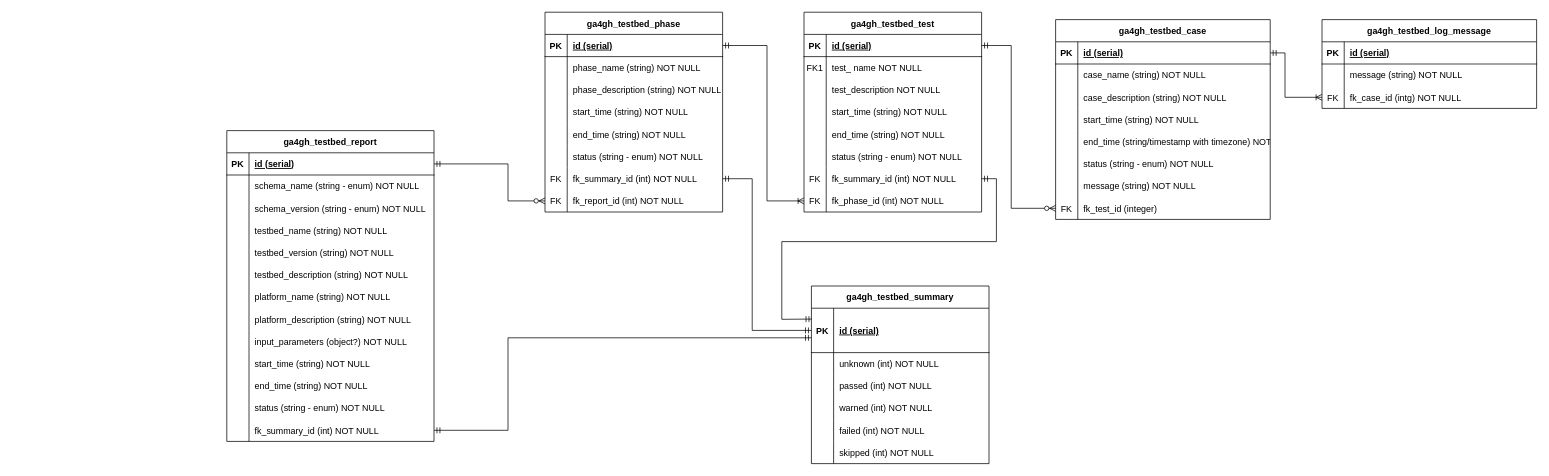
ga4gh/ga4gh-testbed-api keeps this draw.io diagram as database/ERD/ga4gh-testbed-erd.drawio. Above is the earlier version. Source tidied: cells renumbered, new cells numbered last; positions are measured from the earlier drawing's top-left corner, leaving out a move shared by most shapes. Both pictures are drawn from the tidied source at 74%, with x=0, y=0 at pixel (226, 12).
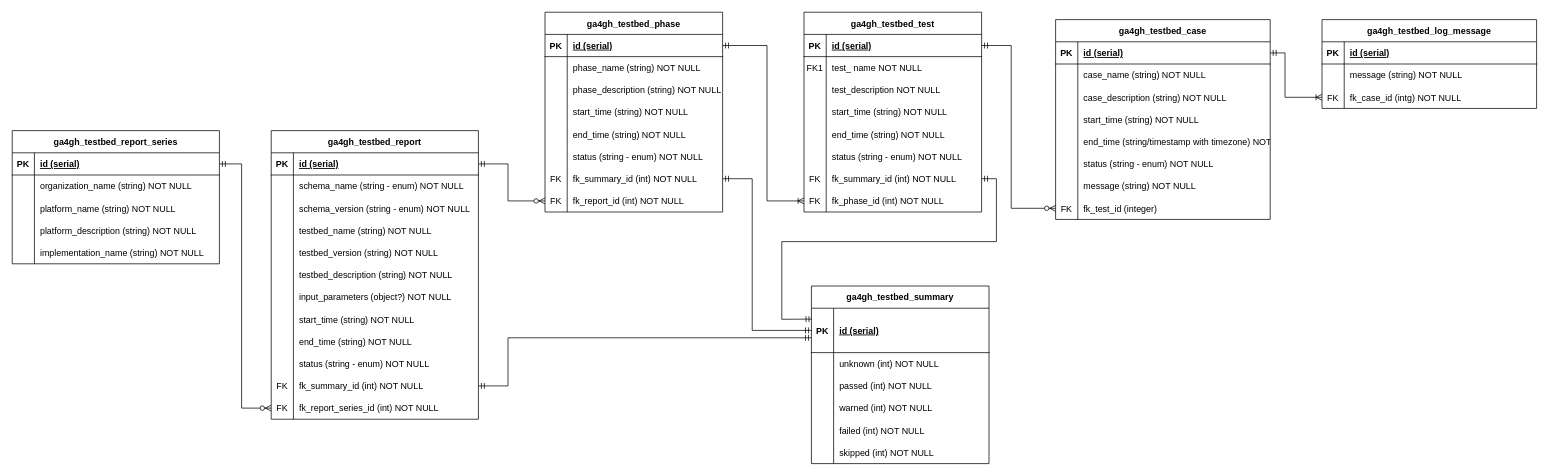
The same diagram, later.

Commit message (it also covers changes not shown here):
add report series table. change time, input params data types

What changed in the source:
```diff
@@
     <mxCell id="27" value="ga4gh_testbed_report" style="shape=table;startSize=30;childLayout=tableLayout;rowLines=0;fontStyle=1;align=center;" parent="1" vertex="1">
-      <mxGeometry y="160" width="280" height="420" as="geometry" />
+      <mxGeometry x="60" y="160" width="280" height="390" as="geometry" />
     </mxCell>
@@
-    <mxCell id="46" style="shape=partialRectangle;fillColor=none;top=0;left=0;right=0;bottom=0;" parent="27" vertex="1">
-      <mxGeometry y="210" width="280" height="30" as="geometry" />
-    </mxCell>
-    <mxCell id="47" style="shape=partialRectangle;overflow=hidden;fillColor=none;top=0;left=0;bottom=0;right=0;" parent="46" vertex="1">
-      <mxGeometry width="30" height="30" as="geometry" />
-    </mxCell>
-    <mxCell id="48" value="platform_name (string) NOT NULL" style="shape=partialRectangle;overflow=hidden;fillColor=none;top=0;left=0;bottom=0;right=0;align=left;spacingLeft=6;" parent="46" vertex="1">
-      <mxGeometry x="30" width="250" height="30" as="geometry" />
-    </mxCell>
-    <mxCell id="49" style="shape=partialRectangle;fillColor=none;top=0;left=0;right=0;bottom=0;" parent="27" vertex="1">
-      <mxGeometry y="240" width="280" height="30" as="geometry" />
-    </mxCell>
-    <mxCell id="50" style="shape=partialRectangle;overflow=hidden;fillColor=none;top=0;left=0;bottom=0;right=0;" parent="49" vertex="1">
-      <mxGeometry width="30" height="30" as="geometry" />
-    </mxCell>
-    <mxCell id="51" value="platform_description (string) NOT NULL" style="shape=partialRectangle;overflow=hidden;fillColor=none;top=0;left=0;bottom=0;right=0;align=left;spacingLeft=6;" parent="49" vertex="1">
-      <mxGeometry x="30" width="250" height="30" as="geometry" />
-    </mxCell>
     <mxCell id="52" style="shape=partialRectangle;fillColor=none;top=0;left=0;right=0;bottom=0;" parent="27" vertex="1">
-      <mxGeometry y="270" width="280" height="30" as="geometry" />
+      <mxGeometry y="210" width="280" height="30" as="geometry" />
     </mxCell>
@@
     <mxCell id="55" style="shape=partialRectangle;fillColor=none;top=0;left=0;right=0;bottom=0;" parent="27" vertex="1">
-      <mxGeometry y="300" width="280" height="30" as="geometry" />
+      <mxGeometry y="240" width="280" height="30" as="geometry" />
     </mxCell>
@@
     <mxCell id="58" style="shape=partialRectangle;fillColor=none;top=0;left=0;right=0;bottom=0;" parent="27" vertex="1">
-      <mxGeometry y="330" width="280" height="30" as="geometry" />
+      <mxGeometry y="270" width="280" height="30" as="geometry" />
     </mxCell>
@@
     <mxCell id="61" style="shape=partialRectangle;fillColor=none;top=0;left=0;right=0;bottom=0;" parent="27" vertex="1">
-      <mxGeometry y="360" width="280" height="30" as="geometry" />
+      <mxGeometry y="300" width="280" height="30" as="geometry" />
     </mxCell>
@@
     <mxCell id="64" style="shape=partialRectangle;fillColor=none;points=[[0,0.5],[1,0.5]];portConstraint=eastwest;top=0;left=0;right=0;bottom=0;" parent="27" vertex="1">
-      <mxGeometry y="390" width="280" height="30" as="geometry" />
+      <mxGeometry y="330" width="280" height="30" as="geometry" />
     </mxCell>
-    <mxCell id="65" style="shape=partialRectangle;overflow=hidden;fillColor=none;top=0;left=0;bottom=0;right=0;" parent="64" vertex="1">
+    <mxCell id="65" value="FK" style="shape=partialRectangle;overflow=hidden;fillColor=none;top=0;left=0;bottom=0;right=0;" parent="64" vertex="1">
       <mxGeometry width="30" height="30" as="geometry" />
     </mxCell>
@@
+    <mxCell id="153" style="shape=partialRectangle;fillColor=none;points=[[0,0.5],[1,0.5]];portConstraint=eastwest;top=0;left=0;right=0;bottom=0;" parent="27" vertex="1">
+      <mxGeometry y="360" width="280" height="30" as="geometry" />
+    </mxCell>
+    <mxCell id="154" value="FK" style="shape=partialRectangle;overflow=hidden;fillColor=none;top=0;left=0;bottom=0;right=0;" parent="153" vertex="1">
+      <mxGeometry width="30" height="30" as="geometry" />
+    </mxCell>
+    <mxCell id="155" value="fk_report_series_id (int) NOT NULL" style="shape=partialRectangle;overflow=hidden;fillColor=none;top=0;left=0;bottom=0;right=0;align=left;spacingLeft=6;" parent="153" vertex="1">
+      <mxGeometry x="30" width="250" height="30" as="geometry" />
+    </mxCell>
@@
     <mxCell id="151" style="startArrow=ERmandOne;endArrow=ERmandOne;html=1;rounded=0;exitX=1;exitY=0.5;exitDx=0;exitDy=0;" parent="1" edge="1" source="64">
       <mxGeometry relative="1" as="geometry">
         <mxPoint x="790" y="440" as="targetPoint" />
         <Array as="points">
-          <mxPoint x="380" y="565" />
+          <mxPoint x="380" y="505" />
           <mxPoint x="380" y="440" />
         </Array>
       </mxGeometry>
     </mxCell>
@@
+    <mxCell id="156" value="ga4gh_testbed_report_series" style="shape=table;startSize=30;childLayout=tableLayout;rowLines=0;fontStyle=1;align=center;" parent="1" vertex="1">
+      <mxGeometry x="-290" y="160" width="280" height="180" as="geometry" />
+    </mxCell>
+    <mxCell id="157" style="shape=partialRectangle;fillColor=none;points=[[0,0.5],[1,0.5]];portConstraint=eastwest;top=0;left=0;right=0;bottom=1;" parent="156" vertex="1">
+      <mxGeometry y="30" width="280" height="30" as="geometry" />
+    </mxCell>
+    <mxCell id="158" value="PK" style="shape=partialRectangle;overflow=hidden;fillColor=none;top=0;left=0;bottom=0;right=0;fontStyle=1;" parent="157" vertex="1">
+      <mxGeometry width="30" height="30" as="geometry" />
+    </mxCell>
+    <mxCell id="159" value="id (serial)" style="shape=partialRectangle;overflow=hidden;fillColor=none;top=0;left=0;bottom=0;right=0;align=left;spacingLeft=6;fontStyle=5;" parent="157" vertex="1">
+      <mxGeometry x="30" width="250" height="30" as="geometry" />
+    </mxCell>
+    <mxCell id="160" style="shape=partialRectangle;fillColor=none;top=0;left=0;right=0;bottom=0;" parent="156" vertex="1">
+      <mxGeometry y="60" width="280" height="30" as="geometry" />
+    </mxCell>
+    <mxCell id="161" style="shape=partialRectangle;overflow=hidden;fillColor=none;top=0;left=0;bottom=0;right=0;" parent="160" vertex="1">
+      <mxGeometry width="30" height="30" as="geometry" />
+    </mxCell>
+    <mxCell id="162" value="organization_name (string) NOT NULL" style="shape=partialRectangle;overflow=hidden;fillColor=none;top=0;left=0;bottom=0;right=0;align=left;spacingLeft=6;" parent="160" vertex="1">
+      <mxGeometry x="30" width="250" height="30" as="geometry" />
+    </mxCell>
+    <mxCell id="163" style="shape=partialRectangle;fillColor=none;top=0;left=0;right=0;bottom=0;" parent="156" vertex="1">
+      <mxGeometry y="90" width="280" height="30" as="geometry" />
+    </mxCell>
+    <mxCell id="164" style="shape=partialRectangle;overflow=hidden;fillColor=none;top=0;left=0;bottom=0;right=0;" parent="163" vertex="1">
+      <mxGeometry width="30" height="30" as="geometry" />
+    </mxCell>
+    <mxCell id="48" value="platform_name (string) NOT NULL" style="shape=partialRectangle;overflow=hidden;fillColor=none;top=0;left=0;bottom=0;right=0;align=left;spacingLeft=6;" parent="163" vertex="1">
+      <mxGeometry x="30" width="250" height="30" as="geometry" />
+    </mxCell>
+    <mxCell id="165" style="shape=partialRectangle;fillColor=none;top=0;left=0;right=0;bottom=0;" parent="156" vertex="1">
+      <mxGeometry y="120" width="280" height="30" as="geometry" />
+    </mxCell>
+    <mxCell id="166" style="shape=partialRectangle;overflow=hidden;fillColor=none;top=0;left=0;bottom=0;right=0;" parent="165" vertex="1">
+      <mxGeometry width="30" height="30" as="geometry" />
+    </mxCell>
+    <mxCell id="51" value="platform_description (string) NOT NULL" style="shape=partialRectangle;overflow=hidden;fillColor=none;top=0;left=0;bottom=0;right=0;align=left;spacingLeft=6;" parent="165" vertex="1">
+      <mxGeometry x="30" width="250" height="30" as="geometry" />
+    </mxCell>
+    <mxCell id="167" style="shape=partialRectangle;fillColor=none;top=0;left=0;right=0;bottom=0;" parent="156" vertex="1">
+      <mxGeometry y="150" width="280" height="30" as="geometry" />
+    </mxCell>
+    <mxCell id="168" style="shape=partialRectangle;overflow=hidden;fillColor=none;top=0;left=0;bottom=0;right=0;" parent="167" vertex="1">
+      <mxGeometry width="30" height="30" as="geometry" />
+    </mxCell>
+    <mxCell id="169" value="implementation_name (string) NOT NULL" style="shape=partialRectangle;overflow=hidden;fillColor=none;top=0;left=0;bottom=0;right=0;align=left;spacingLeft=6;" parent="167" vertex="1">
+      <mxGeometry x="30" width="250" height="30" as="geometry" />
+    </mxCell>
+    <mxCell id="170" style="startArrow=ERmandOne;endArrow=ERzeroToMany;html=1;rounded=0;entryX=0;entryY=0.5;entryDx=0;entryDy=0;exitX=1;exitY=0.5;exitDx=0;exitDy=0;" parent="1" edge="1" source="157" target="153">
+      <mxGeometry relative="1" as="geometry">
+        <Array as="points">
+          <mxPoint x="20" y="205" />
+          <mxPoint x="20" y="535" />
+        </Array>
+      </mxGeometry>
+    </mxCell>
```
